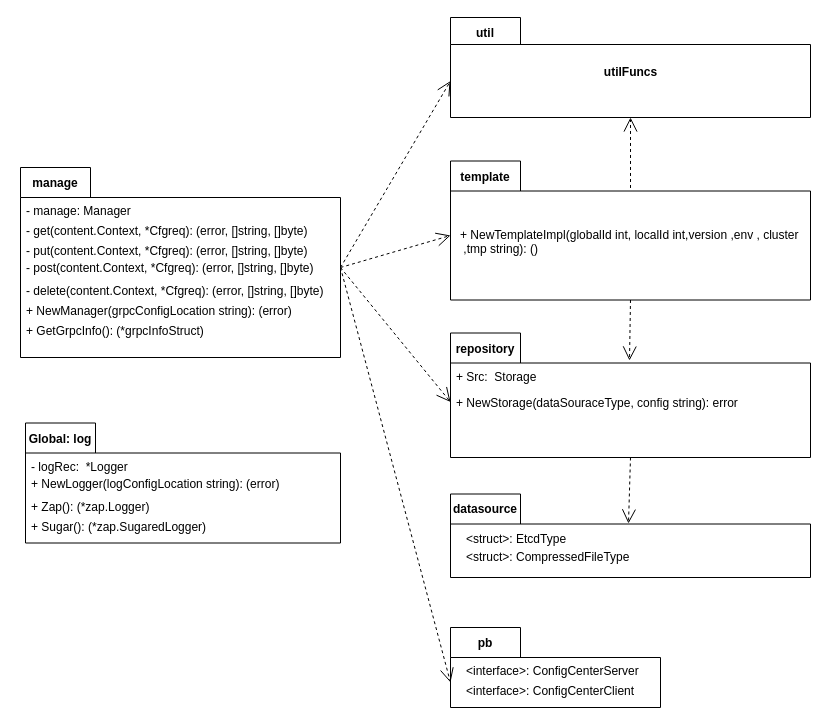
dalgorithm-bastar/configer keeps this draw.io diagram as page "包图" (3 of 18) of docs/details/drawiofiles/概设原始图.drawio. Above is the earlier version. Source tidied: cells renumbered, new cells numbered last; positions are measured from the earlier drawing's top-left corner, leaving out a move shared by most shapes. Both pictures are drawn from the tidied source at 100%, with x=0, y=0 at pixel (20, 17).
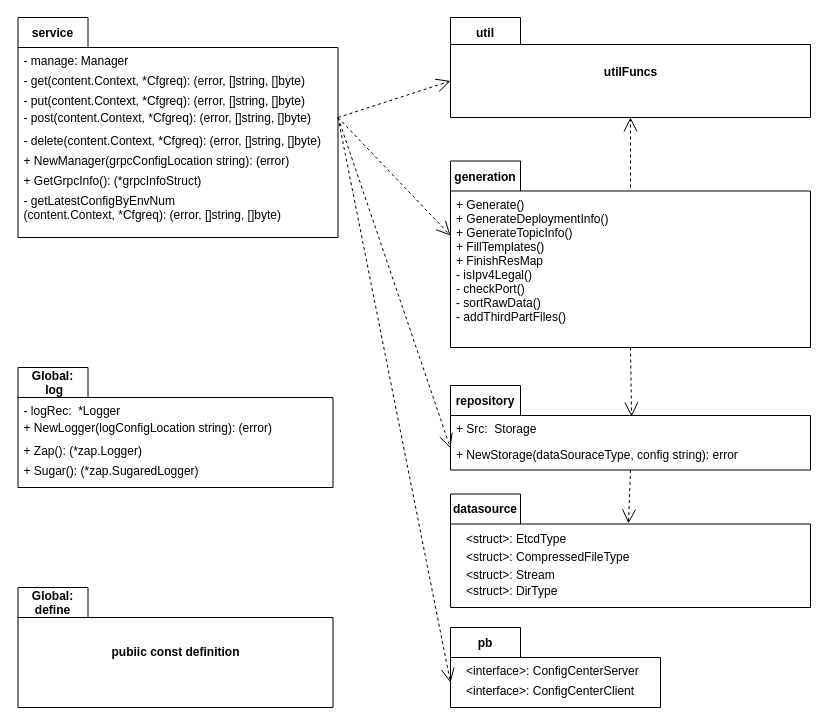
The same page after the edit.

The change refers to these unchanged cells:
```xml
<mxCell id="21" value="utilFuncs" style="shape=folder;fontStyle=1;spacingTop=10;tabWidth=70;tabHeight=27;tabPosition=left;html=1;" parent="1" vertex="1">
  <mxGeometry x="430" width="360" height="100" as="geometry" />
</mxCell>
```

Diff of the diagram source:
```diff
@@
     <mxCell id="2" style="shape=folder;fontStyle=1;spacingTop=10;tabWidth=70;tabHeight=30;tabPosition=left;html=1;" parent="1" vertex="1">
-      <mxGeometry y="150" width="320" height="190" as="geometry" />
+      <mxGeometry x="-2.5" width="320" height="220" as="geometry" />
     </mxCell>
-    <mxCell id="3" value="manage" style="text;align=center;fontStyle=1;verticalAlign=middle;spacingLeft=3;spacingRight=3;strokeColor=none;" parent="1" vertex="1">
-      <mxGeometry y="150" width="70" height="30" as="geometry" />
+    <mxCell id="3" value="service" style="text;align=center;fontStyle=1;verticalAlign=middle;spacingLeft=3;spacingRight=3;strokeColor=none;" parent="1" vertex="1">
+      <mxGeometry x="-2.5" width="70" height="30" as="geometry" />
     </mxCell>
     <mxCell id="4" value="- manage: Manager" style="text;strokeColor=none;fillColor=none;align=left;verticalAlign=top;spacingLeft=4;spacingRight=4;overflow=hidden;" parent="1" vertex="1">
-      <mxGeometry y="180" width="200" height="26" as="geometry" />
+      <mxGeometry x="-2.5" y="30" width="200" height="26" as="geometry" />
     </mxCell>
     <mxCell id="5" value="- get(content.Context, *Cfgreq): (error, []string, []byte)" style="text;strokeColor=none;fillColor=none;align=left;verticalAlign=top;spacingLeft=4;spacingRight=4;overflow=hidden;" parent="1" vertex="1">
-      <mxGeometry y="200" width="330" height="26" as="geometry" />
+      <mxGeometry x="-2.5" y="50" width="330" height="26" as="geometry" />
     </mxCell>
     <mxCell id="6" value="- put(content.Context, *Cfgreq): (error, []string, []byte)" style="text;strokeColor=none;fillColor=none;align=left;verticalAlign=top;spacingLeft=4;spacingRight=4;overflow=hidden;" parent="1" vertex="1">
-      <mxGeometry y="220" width="330" height="26" as="geometry" />
+      <mxGeometry x="-2.5" y="70" width="330" height="26" as="geometry" />
     </mxCell>
     <mxCell id="7" value="- post(content.Context, *Cfgreq): (error, []string, []byte)" style="text;strokeColor=none;fillColor=none;align=left;verticalAlign=top;spacingLeft=4;spacingRight=4;overflow=hidden;" parent="1" vertex="1">
-      <mxGeometry y="237" width="310" height="26" as="geometry" />
+      <mxGeometry x="-2.5" y="87" width="310" height="26" as="geometry" />
     </mxCell>
     <mxCell id="8" value="- delete(content.Context, *Cfgreq): (error, []string, []byte)" style="text;strokeColor=none;fillColor=none;align=left;verticalAlign=top;spacingLeft=4;spacingRight=4;overflow=hidden;" parent="1" vertex="1">
-      <mxGeometry y="260" width="330" height="26" as="geometry" />
+      <mxGeometry x="-2.5" y="110" width="330" height="26" as="geometry" />
     </mxCell>
@@
     <mxCell id="10" style="shape=folder;fontStyle=1;spacingTop=10;tabWidth=70;tabHeight=30;tabPosition=left;html=1;" parent="1" vertex="1">
-      <mxGeometry x="5" y="405.5" width="315" height="120" as="geometry" />
+      <mxGeometry x="-2.5" y="350" width="315" height="120" as="geometry" />
     </mxCell>
-    <mxCell id="11" value="Global: log" style="text;align=center;fontStyle=1;verticalAlign=middle;spacingLeft=3;spacingRight=3;strokeColor=none;" parent="1" vertex="1">
-      <mxGeometry x="5" y="405.5" width="70" height="30" as="geometry" />
+    <mxCell id="11" value="Global:&#10; log" style="text;align=center;fontStyle=1;verticalAlign=middle;spacingLeft=3;spacingRight=3;strokeColor=none;" parent="1" vertex="1">
+      <mxGeometry x="-2.5" y="350" width="70" height="30" as="geometry" />
     </mxCell>
     <mxCell id="12" value="- logRec:  *Logger" style="text;strokeColor=none;fillColor=none;align=left;verticalAlign=top;spacingLeft=4;spacingRight=4;overflow=hidden;" parent="1" vertex="1">
-      <mxGeometry x="5" y="435.5" width="200" height="26" as="geometry" />
+      <mxGeometry x="-2.5" y="380" width="200" height="26" as="geometry" />
     </mxCell>
     <mxCell id="13" value="+ NewManager(grpcConfigLocation string): (error)" style="text;strokeColor=none;fillColor=none;align=left;verticalAlign=top;spacingLeft=4;spacingRight=4;overflow=hidden;" parent="1" vertex="1">
-      <mxGeometry y="280" width="330" height="26" as="geometry" />
+      <mxGeometry x="-2.5" y="130" width="330" height="26" as="geometry" />
     </mxCell>
     <mxCell id="14" value="+ NewLogger(logConfigLocation string): (error)" style="text;strokeColor=none;fillColor=none;align=left;verticalAlign=top;spacingLeft=4;spacingRight=4;overflow=hidden;" parent="1" vertex="1">
-      <mxGeometry x="5" y="452.5" width="280" height="26" as="geometry" />
+      <mxGeometry x="-2.5" y="397" width="280" height="26" as="geometry" />
     </mxCell>
     <mxCell id="15" value="+ Zap(): (*zap.Logger)" style="text;strokeColor=none;fillColor=none;align=left;verticalAlign=top;spacingLeft=4;spacingRight=4;overflow=hidden;" parent="1" vertex="1">
-      <mxGeometry x="5" y="475.5" width="280" height="26" as="geometry" />
+      <mxGeometry x="-2.5" y="420" width="280" height="26" as="geometry" />
     </mxCell>
     <mxCell id="16" value="+ Sugar(): (*zap.SugaredLogger)" style="text;strokeColor=none;fillColor=none;align=left;verticalAlign=top;spacingLeft=4;spacingRight=4;overflow=hidden;" parent="1" vertex="1">
-      <mxGeometry x="5" y="495.5" width="280" height="26" as="geometry" />
+      <mxGeometry x="-2.5" y="440" width="280" height="26" as="geometry" />
     </mxCell>
     <mxCell id="17" style="shape=folder;fontStyle=1;spacingTop=10;tabWidth=70;tabHeight=30;tabPosition=left;html=1;" parent="1" vertex="1">
-      <mxGeometry x="430" y="315.5" width="360" height="124.5" as="geometry" />
+      <mxGeometry x="430" y="368" width="360" height="84.5" as="geometry" />
     </mxCell>
     <mxCell id="18" value="repository" style="text;align=center;fontStyle=1;verticalAlign=middle;spacingLeft=3;spacingRight=3;strokeColor=none;" parent="1" vertex="1">
-      <mxGeometry x="430" y="315.5" width="70" height="30" as="geometry" />
+      <mxGeometry x="430" y="368" width="70" height="30" as="geometry" />
     </mxCell>
     <mxCell id="19" value="+ Src:  Storage" style="text;strokeColor=none;fillColor=none;align=left;verticalAlign=top;spacingLeft=4;spacingRight=4;overflow=hidden;" parent="1" vertex="1">
-      <mxGeometry x="430" y="345.5" width="200" height="26" as="geometry" />
+      <mxGeometry x="430" y="398" width="200" height="26" as="geometry" />
     </mxCell>
     <mxCell id="20" value="+ NewStorage(dataSouraceType, config string): error" style="text;strokeColor=none;fillColor=none;align=left;verticalAlign=top;spacingLeft=4;spacingRight=4;overflow=hidden;points=[[0,0.5],[1,0.5]];portConstraint=eastwest;" parent="1" vertex="1">
-      <mxGeometry x="430" y="371.5" width="320" height="26" as="geometry" />
+      <mxGeometry x="430" y="424" width="320" height="26" as="geometry" />
     </mxCell>
@@
-    <mxCell id="28" style="endArrow=open;endSize=12;dashed=1;html=1;entryX=0;entryY=0.5;entryDx=0;entryDy=0;exitX=0;exitY=0;exitDx=320;exitDy=100;exitPerimeter=0;" parent="1" edge="1" source="2">
-      <mxGeometry relative="1" as="geometry">
-        <mxPoint x="430" y="384.5" as="targetPoint" />
-      </mxGeometry>
+    <mxCell id="28" style="endArrow=open;endSize=12;dashed=1;html=1;entryX=0;entryY=0.26;entryDx=0;entryDy=0;exitX=0;exitY=0;exitDx=320;exitDy=100;exitPerimeter=0;entryPerimeter=0;" parent="1" edge="1" source="2" target="20">
+      <mxGeometry relative="1" as="geometry" />
     </mxCell>
     <mxCell id="29" style="shape=folder;fontStyle=1;spacingTop=10;tabWidth=70;tabHeight=30;tabPosition=left;html=1;" parent="1" vertex="1">
-      <mxGeometry x="430" y="143.5" width="360" height="139" as="geometry" />
+      <mxGeometry x="430" y="143.5" width="360" height="186.5" as="geometry" />
     </mxCell>
-    <mxCell id="30" value="template" style="text;align=center;fontStyle=1;verticalAlign=middle;spacingLeft=3;spacingRight=3;strokeColor=none;" parent="1" vertex="1">
+    <mxCell id="30" value="generation" style="text;align=center;fontStyle=1;verticalAlign=middle;spacingLeft=3;spacingRight=3;strokeColor=none;" parent="1" vertex="1">
       <mxGeometry x="430" y="143.5" width="70" height="30" as="geometry" />
     </mxCell>
-    <mxCell id="31" value="+ NewTemplateImpl(globalId int, localId int,version ,env , cluster&#10; ,tmp string): ()" style="text;strokeColor=none;fillColor=none;align=left;verticalAlign=top;spacingLeft=4;spacingRight=4;overflow=hidden;" parent="1" vertex="1">
-      <mxGeometry x="434" y="203.5" width="356" height="46.5" as="geometry" />
+    <mxCell id="31" value="+ Generate()&#10;+ GenerateDeploymentInfo()&#10;+ GenerateTopicInfo()&#10;+ FillTemplates()&#10;+ FinishResMap&#10;- isIpv4Legal()&#10;- checkPort() &#10;- sortRawData()&#10;- addThirdPartFiles()&#10;" style="text;strokeColor=none;fillColor=none;align=left;verticalAlign=top;spacingLeft=4;spacingRight=4;overflow=hidden;" parent="1" vertex="1">
+      <mxGeometry x="430" y="173.5" width="356" height="136.5" as="geometry" />
     </mxCell>
@@
-    <mxCell id="33" style="endArrow=open;endSize=12;dashed=1;html=1;exitX=0.5;exitY=0.194;exitDx=0;exitDy=0;exitPerimeter=0;entryX=0.5;entryY=1;entryDx=0;entryDy=0;entryPerimeter=0;" parent="1" edge="1" source="29" target="21">
+    <mxCell id="33" style="endArrow=open;endSize=12;dashed=1;html=1;entryX=0.5;entryY=1;entryDx=0;entryDy=0;entryPerimeter=0;exitX=0.5;exitY=0.142;exitDx=0;exitDy=0;exitPerimeter=0;" parent="1" edge="1" source="29" target="21">
       <mxGeometry relative="1" as="geometry" />
     </mxCell>
-    <mxCell id="34" style="endArrow=open;endSize=12;dashed=1;html=1;exitX=0.5;exitY=1;exitDx=0;exitDy=0;exitPerimeter=0;" parent="1" edge="1" source="29">
-      <mxGeometry relative="1" as="geometry">
-        <mxPoint x="609" y="343" as="targetPoint" />
-      </mxGeometry>
+    <mxCell id="34" style="endArrow=open;endSize=12;dashed=1;html=1;exitX=0.5;exitY=1;exitDx=0;exitDy=0;exitPerimeter=0;entryX=0.503;entryY=0.367;entryDx=0;entryDy=0;entryPerimeter=0;" parent="1" edge="1" source="29" target="17">
+      <mxGeometry relative="1" as="geometry" />
     </mxCell>
     <mxCell id="35" value="+ GetGrpcInfo(): (*grpcInfoStruct)" style="text;strokeColor=none;fillColor=none;align=left;verticalAlign=top;spacingLeft=4;spacingRight=4;overflow=hidden;" parent="1" vertex="1">
-      <mxGeometry y="300" width="330" height="26" as="geometry" />
+      <mxGeometry x="-2.5" y="150" width="330" height="26" as="geometry" />
     </mxCell>
     <mxCell id="36" style="shape=folder;fontStyle=1;spacingTop=10;tabWidth=70;tabHeight=30;tabPosition=left;html=1;" parent="1" vertex="1">
-      <mxGeometry x="430" y="476.5" width="360" height="83.5" as="geometry" />
+      <mxGeometry x="430" y="476.5" width="360" height="113.5" as="geometry" />
     </mxCell>
@@
+    <mxCell id="41" value="pubiic const definition" style="shape=folder;fontStyle=1;spacingTop=10;tabWidth=70;tabHeight=30;tabPosition=left;html=1;" parent="1" vertex="1">
+      <mxGeometry x="-2.5" y="570" width="315" height="120" as="geometry" />
+    </mxCell>
+    <mxCell id="42" value="Global: &#10;define" style="text;align=center;fontStyle=1;verticalAlign=middle;spacingLeft=3;spacingRight=3;strokeColor=none;" parent="1" vertex="1">
+      <mxGeometry x="-2.5" y="570" width="70" height="30" as="geometry" />
+    </mxCell>
+    <mxCell id="43" value="&lt;struct&gt;: Stream" style="text;strokeColor=none;fillColor=none;align=left;verticalAlign=top;spacingLeft=4;spacingRight=4;overflow=hidden;" parent="1" vertex="1">
+      <mxGeometry x="440" y="544" width="190" height="26" as="geometry" />
+    </mxCell>
+    <mxCell id="44" value="&lt;struct&gt;: DirType" style="text;strokeColor=none;fillColor=none;align=left;verticalAlign=top;spacingLeft=4;spacingRight=4;overflow=hidden;" parent="1" vertex="1">
+      <mxGeometry x="440" y="560" width="190" height="26" as="geometry" />
+    </mxCell>
+    <mxCell id="45" value="- getLatestConfigByEnvNum&#10;(content.Context, *Cfgreq): (error, []string, []byte)" style="text;strokeColor=none;fillColor=none;align=left;verticalAlign=top;spacingLeft=4;spacingRight=4;overflow=hidden;" parent="1" vertex="1">
+      <mxGeometry x="-2.5" y="170" width="330" height="40" as="geometry" />
+    </mxCell>
```
